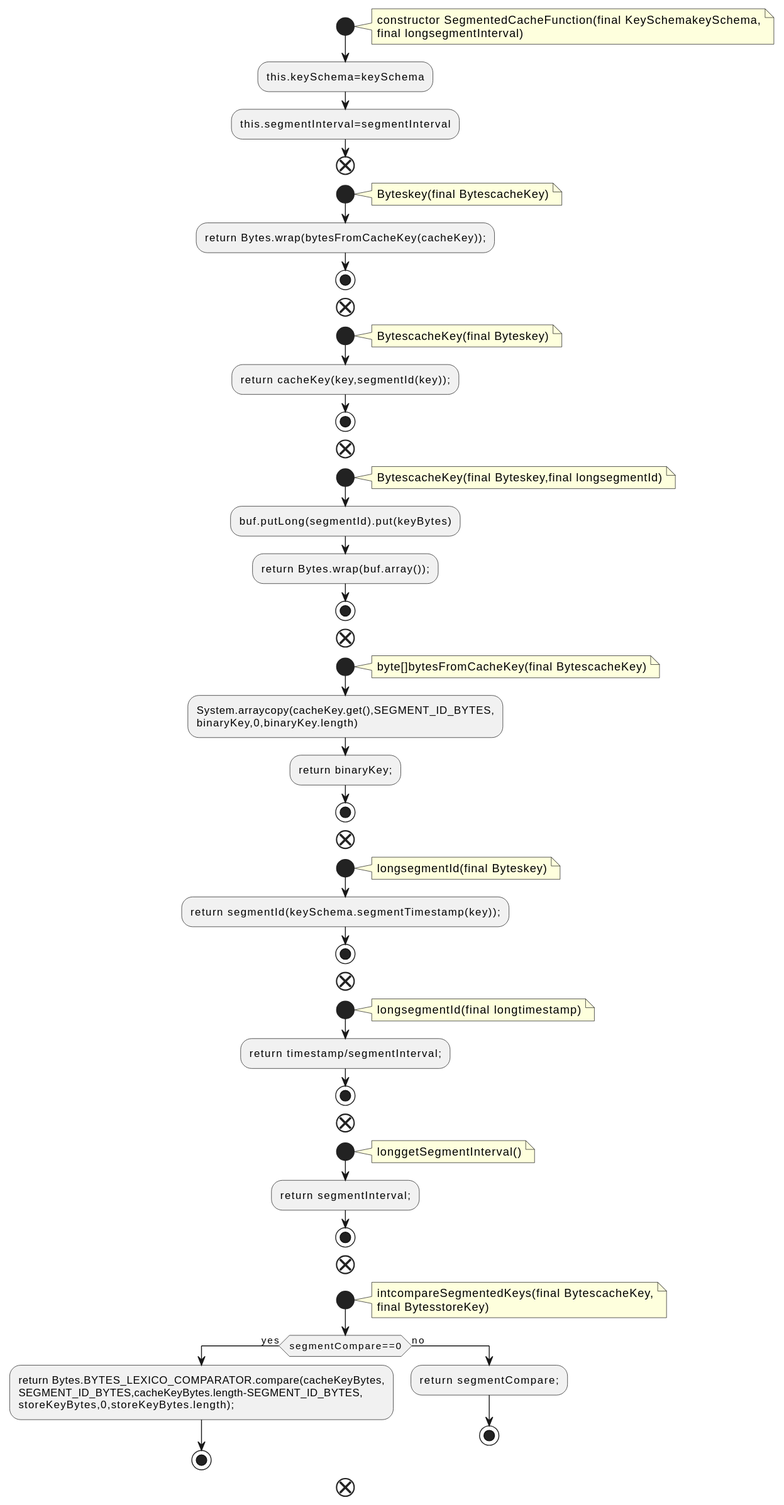
This is docs/qc/streams/src/main/java/org/apache/kafka/streams/state/internals/SegmentedCacheFunction.java.fct.svg from qualitesys/kafka, a PlantUML export, as it was before one commit.
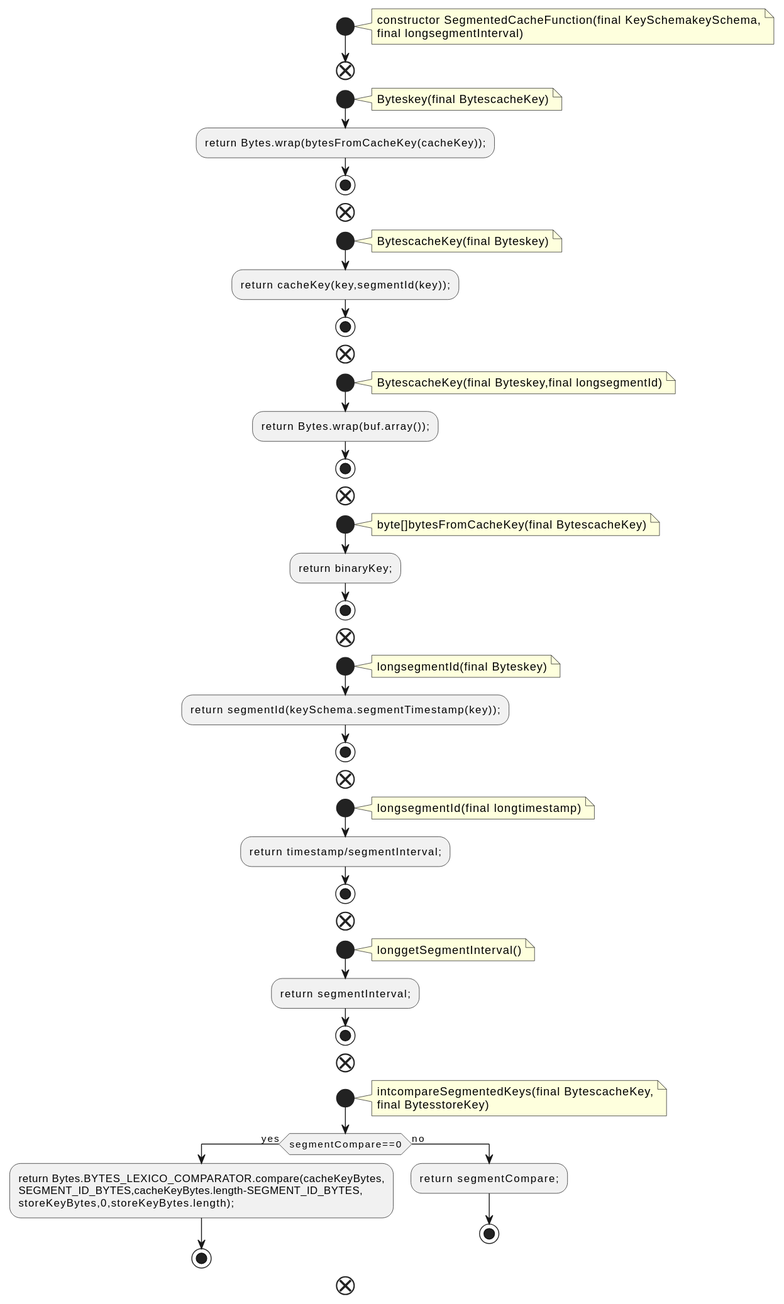
After the commit.

Diff of the diagram source:
```diff
@@ -5,8 +5,6 @@
 constructor SegmentedCacheFunction(final KeySchemakeySchema,
 final longsegmentInterval)
 end note
-:this.keySchema=keySchema;
-:this.segmentInterval=segmentInterval;
 end
 start
 note right
@@ -26,7 +24,6 @@
 note right
 BytescacheKey(final Byteskey,final longsegmentId)
 end note
-:buf.putLong(segmentId).put(keyBytes);
 :return Bytes.wrap(buf.array());;
 stop
 end
@@ -34,8 +31,6 @@
 note right
 byte[]bytesFromCacheKey(final BytescacheKey)
 end note
-:System.arraycopy(cacheKey.get(),SEGMENT_ID_BYTES,
-binaryKey,0,binaryKey.length);
 :return binaryKey;;
 stop
 end
```
